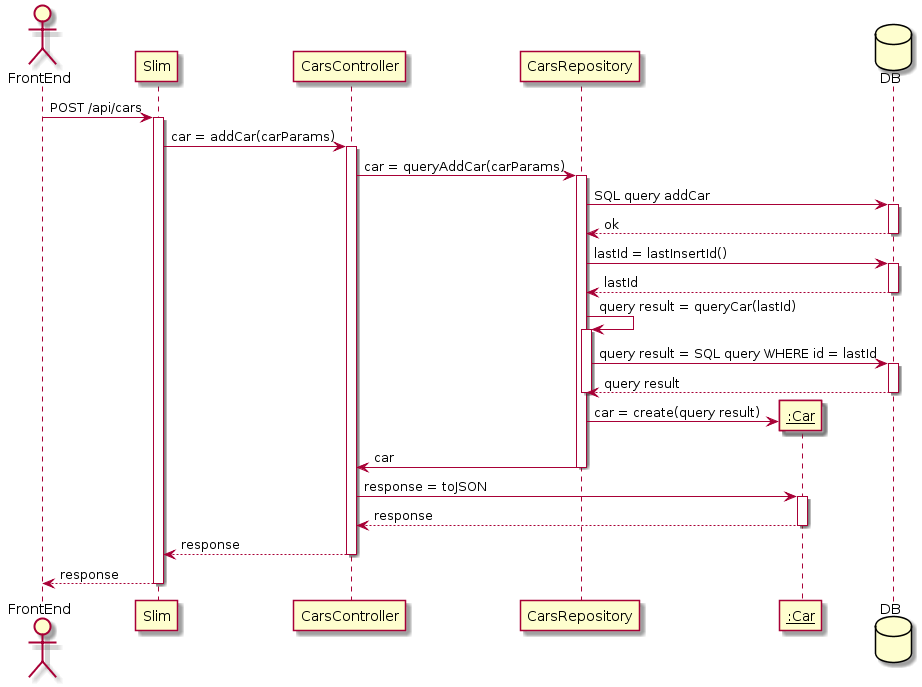
Before: docs/BackEnd/SequenceDiagram/AddCar.png, a diagram exported from PlantUML (malvinkooo/taxiSystem).
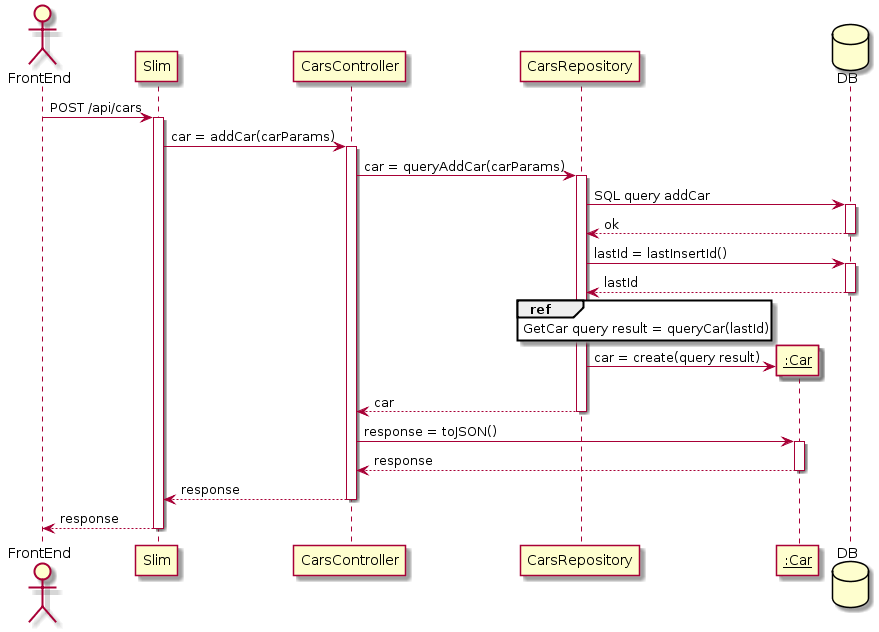
The same file after the commit.

Diff of the diagram source:
```diff
@@ -20,18 +20,16 @@
 activate DB
 DB --> CarsRepository : lastId
 deactivate DB
-CarsRepository -> CarsRepository : query result = queryCar(lastId)
-activate CarsRepository
-CarsRepository -> DB : query result = SQL query WHERE id = lastId
-activate DB
-DB --> CarsRepository : query result
-deactivate DB
-deactivate CarsRepository
+
+ref over CarsRepository
+GetCar query result = queryCar(lastId)
+end ref
+
 create Car
 CarsRepository -> Car : car = create(query result)
-CarsRepository -> CarsController : car
+CarsRepository --> CarsController : car
 deactivate CarsRepository
-CarsController -> Car : response = toJSON
+CarsController -> Car : response = toJSON()
 activate Car
 Car --> CarsController : response
 deactivate Car
```
